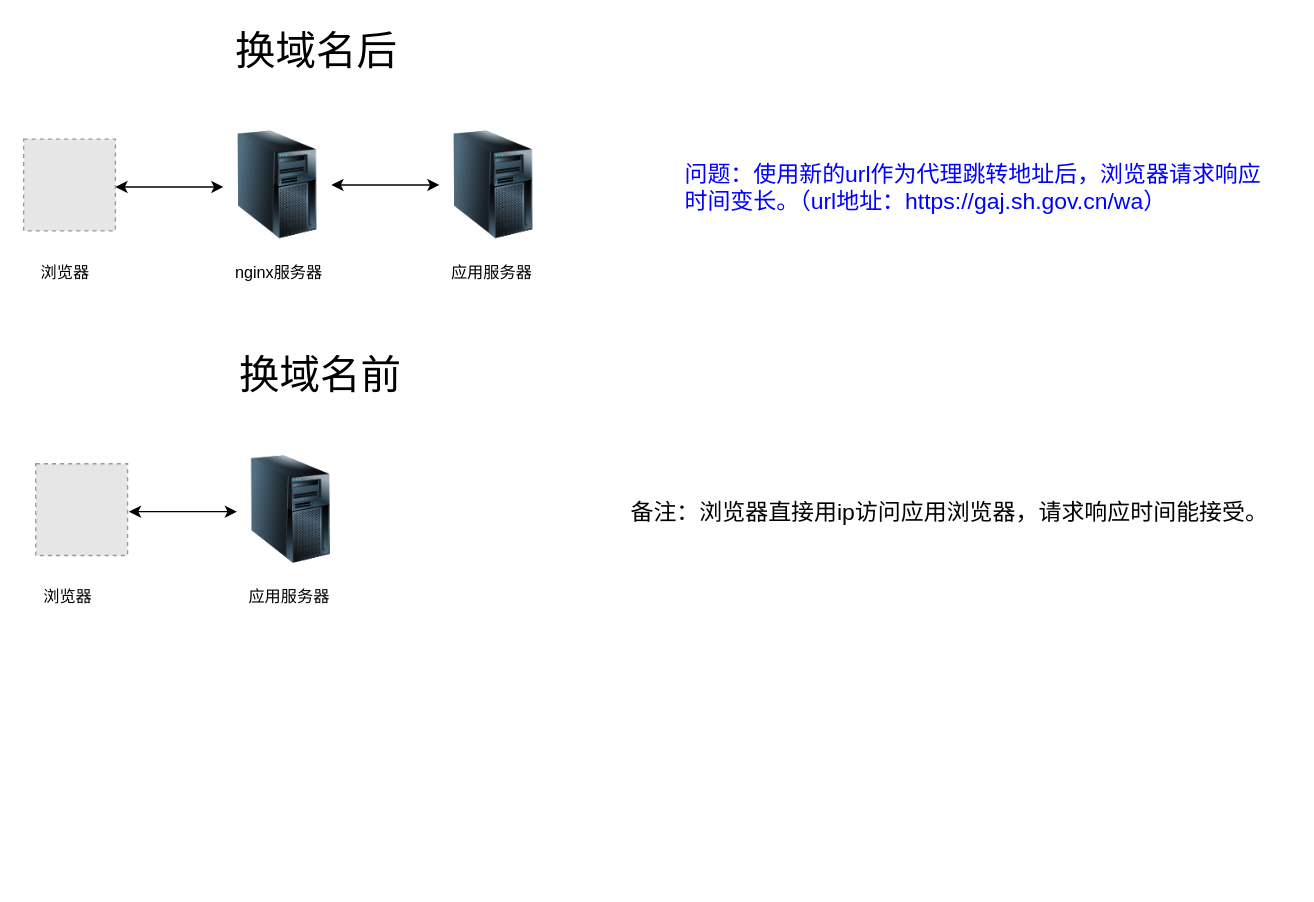
The draw.io diagram 未命名表单.drawio in wilburli/draw, before the edit. Source tidied: cells renumbered, new cells numbered last; positions are measured from the earlier drawing's top-left corner, leaving out a move shared by most shapes. Both pictures are drawn from the tidied source at 135%, with x=0, y=0 at pixel (23, 23). Pictures stored in the file or linked from it are replaced by grey dashed boxes.
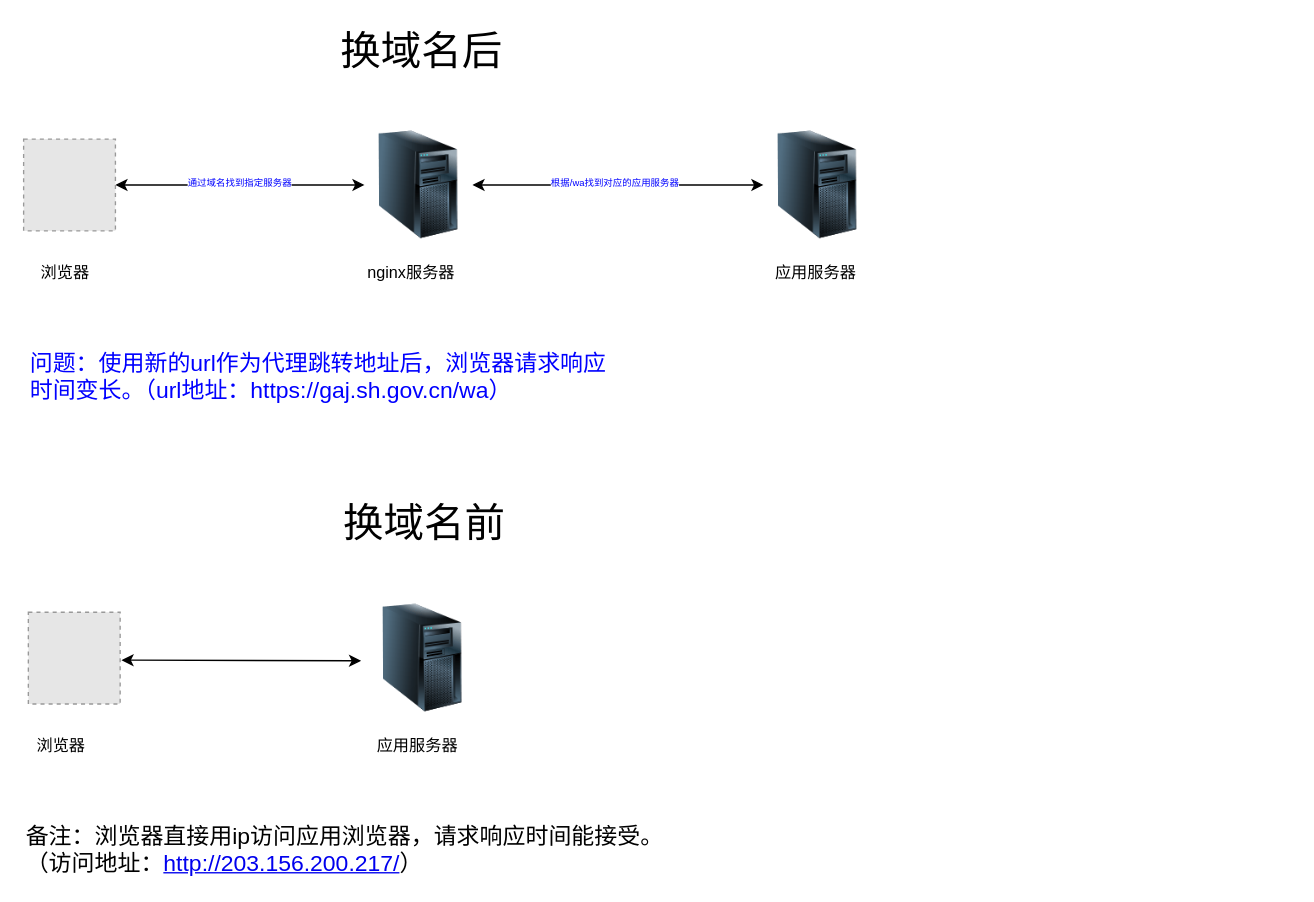
The same page after the edit.

Unchanged cells that the change refers to:
```xml
<mxCell id="13" style="fillColor=#E6E6E6;strokeColor=#999999;dashed=1;html=1;verticalAlign=top;verticalLabelPosition=bottom;labelBackgroundColor=#ffffff;fontSize=30;" parent="1" vertex="1">
  <mxGeometry y="85.5" width="68" height="68" as="geometry" />
</mxCell>
```

What changed in the source:
```diff
@@
-    <mxCell id="2" style="edgeStyle=orthogonalEdgeStyle;rounded=0;orthogonalLoop=1;jettySize=auto;html=1;startArrow=classic;startFill=1;" parent="1" edge="1">
-      <mxGeometry relative="1" as="geometry">
-        <mxPoint x="68" y="121" as="sourcePoint" />
-        <mxPoint x="148" y="121" as="targetPoint" />
-      </mxGeometry>
-    </mxCell>
     <mxCell id="3" style="edgeStyle=orthogonalEdgeStyle;rounded=0;jettySize=auto;html=1;startArrow=classic;startFill=1;" parent="1" edge="1" source="4">
       <mxGeometry relative="1" as="geometry">
-        <mxPoint x="308" y="119.5" as="targetPoint" />
+        <mxPoint x="548" y="119.5" as="targetPoint" />
       </mxGeometry>
     </mxCell>
     <mxCell id="4" style="image;html=1;labelBackgroundColor=#ffffff;image=img/lib/clip_art/computers/Server_Tower_128x128.png;" parent="1" vertex="1">
-      <mxGeometry x="148" y="79.5" width="80" height="80" as="geometry" />
+      <mxGeometry x="252.5" y="79.5" width="80" height="80" as="geometry" />
     </mxCell>
     <mxCell id="5" value="nginx服务器" style="text;html=1;align=left;verticalAlign=top;spacingTop=-4;" parent="1" vertex="1">
-      <mxGeometry x="155" y="174.5" width="80" height="20" as="geometry" />
+      <mxGeometry x="252.5" y="174.5" width="80" height="20" as="geometry" />
     </mxCell>
     <mxCell id="6" style="image;html=1;labelBackgroundColor=#ffffff;image=img/lib/clip_art/computers/Server_Tower_128x128.png;" parent="1" vertex="1">
-      <mxGeometry x="308" y="79.5" width="80" height="80" as="geometry" />
+      <mxGeometry x="548" y="79.5" width="80" height="80" as="geometry" />
     </mxCell>
     <mxCell id="7" value="应用服务器" style="text;html=1;align=left;verticalAlign=top;spacingTop=-4;" parent="1" vertex="1">
-      <mxGeometry x="315" y="174.5" width="80" height="20" as="geometry" />
+      <mxGeometry x="555" y="174.5" width="80" height="20" as="geometry" />
     </mxCell>
-    <mxCell id="8" style="edgeStyle=orthogonalEdgeStyle;rounded=0;orthogonalLoop=1;jettySize=auto;html=1;startArrow=classic;startFill=1;" parent="1" edge="1">
+    <mxCell id="8" style="edgeStyle=orthogonalEdgeStyle;rounded=0;jettySize=auto;html=1;startArrow=classic;startFill=1;entryX=-0.069;entryY=0.525;entryDx=0;entryDy=0;entryPerimeter=0;" parent="1" edge="1" target="9">
       <mxGeometry relative="1" as="geometry">
-        <mxPoint x="78" y="361.5" as="sourcePoint" />
-        <mxPoint x="158" y="361.5" as="targetPoint" />
+        <mxPoint x="72.5" y="471.5" as="sourcePoint" />
       </mxGeometry>
     </mxCell>
     <mxCell id="9" style="image;html=1;labelBackgroundColor=#ffffff;image=img/lib/clip_art/computers/Server_Tower_128x128.png;" parent="1" vertex="1">
-      <mxGeometry x="158" y="320" width="80" height="80" as="geometry" />
+      <mxGeometry x="255.5" y="430" width="80" height="80" as="geometry" />
     </mxCell>
     <mxCell id="10" value="应用服务器" style="text;html=1;align=left;verticalAlign=top;spacingTop=-4;" parent="1" vertex="1">
-      <mxGeometry x="165" y="415" width="80" height="20" as="geometry" />
+      <mxGeometry x="259.5" y="525" width="80" height="20" as="geometry" />
     </mxCell>
     <mxCell id="11" value="换域名后" style="text;html=1;align=left;verticalAlign=top;spacingTop=-4;fontSize=30;" parent="1" vertex="1">
-      <mxGeometry x="155" width="60" height="20" as="geometry" />
+      <mxGeometry x="232.5" width="60" height="20" as="geometry" />
     </mxCell>
     <mxCell id="12" value="换域名前" style="text;html=1;align=left;verticalAlign=top;spacingTop=-4;fontSize=30;" parent="1" vertex="1">
-      <mxGeometry x="158" y="240" width="140" height="40" as="geometry" />
+      <mxGeometry x="235" y="350" width="140" height="40" as="geometry" />
     </mxCell>
+    <mxCell id="19" style="edgeStyle=orthogonalEdgeStyle;rounded=0;jettySize=auto;html=1;startArrow=classic;startFill=1;fontSize=17;fontColor=#0000FF;" parent="1" edge="1" source="13" target="4">
+      <mxGeometry relative="1" as="geometry" />
+    </mxCell>
+    <mxCell id="20" value="通过域名找到指定服务器" style="text;html=1;align=center;verticalAlign=middle;labelBackgroundColor=#ffffff;fontSize=7;fontColor=#0000FF;" parent="19" vertex="1">
+      <mxGeometry x="-0.11" y="2" relative="1" as="geometry">
+        <mxPoint x="9" y="1" as="offset" />
+      </mxGeometry>
+    </mxCell>
@@
     <mxCell id="14" style="fillColor=#E6E6E6;strokeColor=#999999;dashed=1;html=1;verticalAlign=top;verticalLabelPosition=bottom;labelBackgroundColor=#ffffff;fontSize=30;" parent="1" vertex="1">
-      <mxGeometry x="9" y="326" width="68" height="68" as="geometry" />
+      <mxGeometry x="3.5" y="436" width="68" height="68" as="geometry" />
     </mxCell>
@@
     <mxCell id="16" value="浏览器" style="text;html=1;align=left;verticalAlign=top;spacingTop=-4;" parent="1" vertex="1">
-      <mxGeometry x="13" y="415" width="50" height="20" as="geometry" />
+      <mxGeometry x="7.5" y="525" width="50" height="20" as="geometry" />
     </mxCell>
     <mxCell id="17" value="问题：使用新的url作为代理跳转地址后，浏览器请求响应&lt;br style=&quot;font-size: 17px&quot;&gt;时间变长。（url地址：https://gaj.sh.gov.cn/wa）" style="text;html=1;align=left;verticalAlign=top;spacingTop=-4;fontSize=17;fontColor=#0000FF;" parent="1" vertex="1">
-      <mxGeometry x="488" y="99.5" width="440" height="40" as="geometry" />
+      <mxGeometry x="2.5" y="240" width="440" height="40" as="geometry" />
     </mxCell>
-    <mxCell id="18" value="备注：浏览器直接用ip访问应用浏览器，请求响应时间能接受。" style="text;html=1;align=left;verticalAlign=top;spacingTop=-4;fontSize=17;" parent="1" vertex="1">
-      <mxGeometry x="448" y="350" width="490" height="20" as="geometry" />
+    <mxCell id="18" value="备注：浏览器直接用ip访问应用浏览器，请求响应时间能接受。&lt;br&gt;（访问地址：&lt;a href=&quot;http://203.156.200.217/&quot;&gt;http://203.156.200.217/&lt;/a&gt;）" style="text;html=1;align=left;verticalAlign=top;spacingTop=-4;fontSize=17;" parent="1" vertex="1">
+      <mxGeometry x="-0.5" y="590" width="490" height="40" as="geometry" />
     </mxCell>
+    <mxCell id="21" value="根据/wa找到对应的应用服务器" style="text;html=1;align=center;verticalAlign=middle;labelBackgroundColor=#ffffff;fontSize=7;fontColor=#0000FF;" parent="1" vertex="1">
+      <mxGeometry x="428" y="117" as="geometry">
+        <mxPoint x="9" y="1" as="offset" />
+      </mxGeometry>
+    </mxCell>
```
